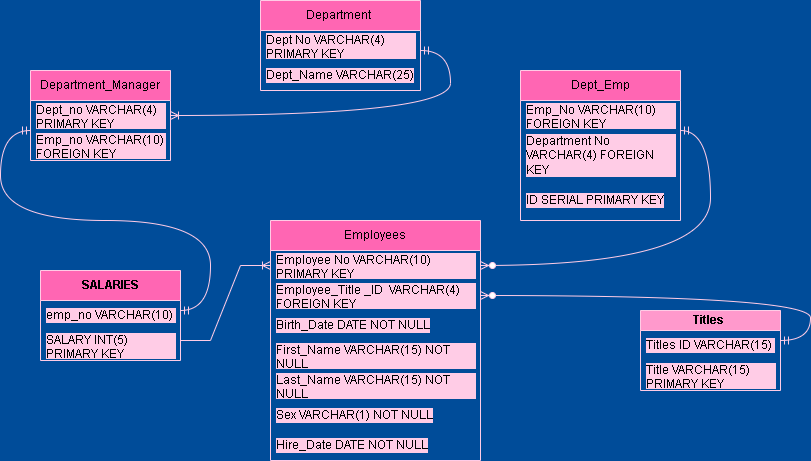
gv-priya/SQL-challenge keeps this draw.io diagram as Untitled Diagram.drawio.png. Above is the earlier version. Source tidied: cells renumbered, new cells last; positions are measured from the earlier drawing's top-left corner, leaving out a move shared by most shapes.
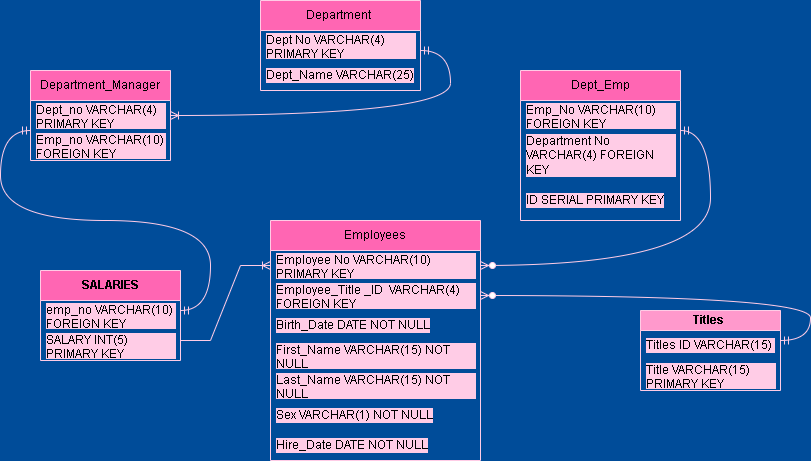
After the change.

What changed in the source:
```diff
@@ -68,7 +68,7 @@
     <mxCell id="23" value="SALARIES" style="swimlane;horizontal=1;startSize=30;whiteSpace=wrap;html=1;fillColor=#FF66B3;strokeColor=#FFCCE6;" parent="1" vertex="1">
       <mxGeometry x="10" y="270" width="140" height="90" as="geometry" />
     </mxCell>
-    <mxCell id="24" value="emp_no VARCHAR(10)&amp;nbsp;" style="text;strokeColor=none;fillColor=none;align=left;verticalAlign=middle;spacingLeft=4;spacingRight=4;overflow=hidden;whiteSpace=wrap;html=1;labelBackgroundColor=#FFCCE6;" parent="23" vertex="1">
+    <mxCell id="24" value="emp_no VARCHAR(10) FOREIGN KEY&amp;nbsp;" style="text;strokeColor=none;fillColor=none;align=left;verticalAlign=middle;spacingLeft=4;spacingRight=4;overflow=hidden;whiteSpace=wrap;html=1;labelBackgroundColor=#FFCCE6;" parent="23" vertex="1">
       <mxGeometry y="30" width="140" height="30" as="geometry" />
     </mxCell>
     <mxCell id="25" value="SALARY INT(5) PRIMARY KEY" style="text;strokeColor=none;fillColor=none;align=left;verticalAlign=middle;spacingLeft=4;spacingRight=4;overflow=hidden;whiteSpace=wrap;html=1;labelBackgroundColor=#FFCCE6;" parent="23" vertex="1">
```
